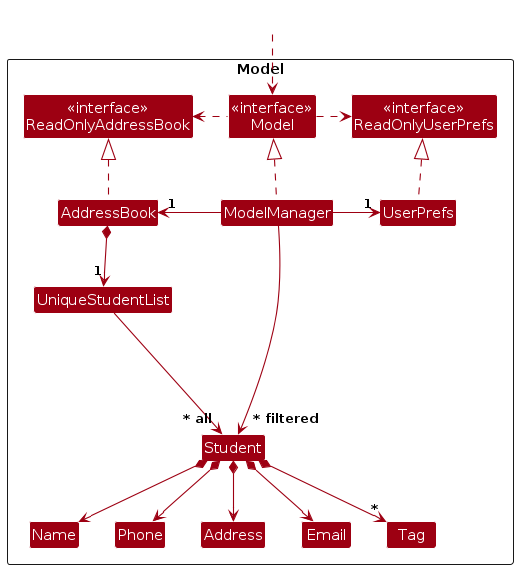
Before: diagrams/ModelClassDiagram.png, a diagram exported from PlantUML (Soumyadip-cmd/tp). Its source is kept beside it as diagrams/ModelClassDiagram.puml.
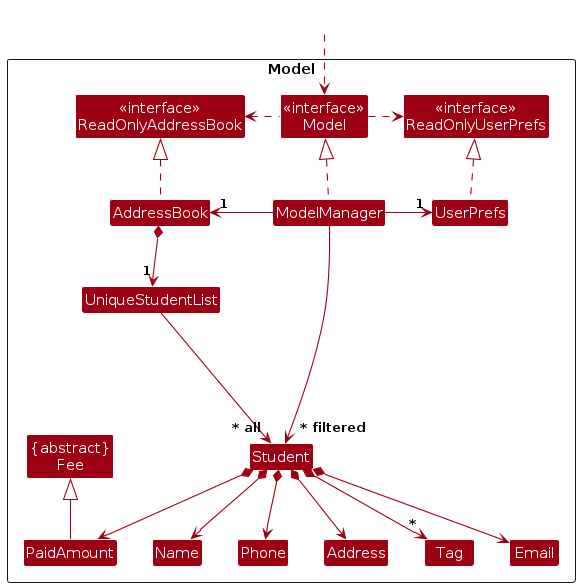
The same file after the commit.

The edit, as a diff of the source:
```diff
@@ -19,6 +19,8 @@
 Class Name
 Class Phone
 Class Tag
+Class "{abstract}\nFee" as Fee
+Class PaidAmount
 
 Class I #FFFFFF
 }
@@ -42,6 +44,9 @@
 Student *--> Email
 Student *--> Address
 Student *--> "*" Tag
+Student *--> PaidAmount
+PaidAmount -up-|> Fee
+
 
 Student -[hidden]up--> I
 UniqueStudentList -[hidden]right-> I
```
